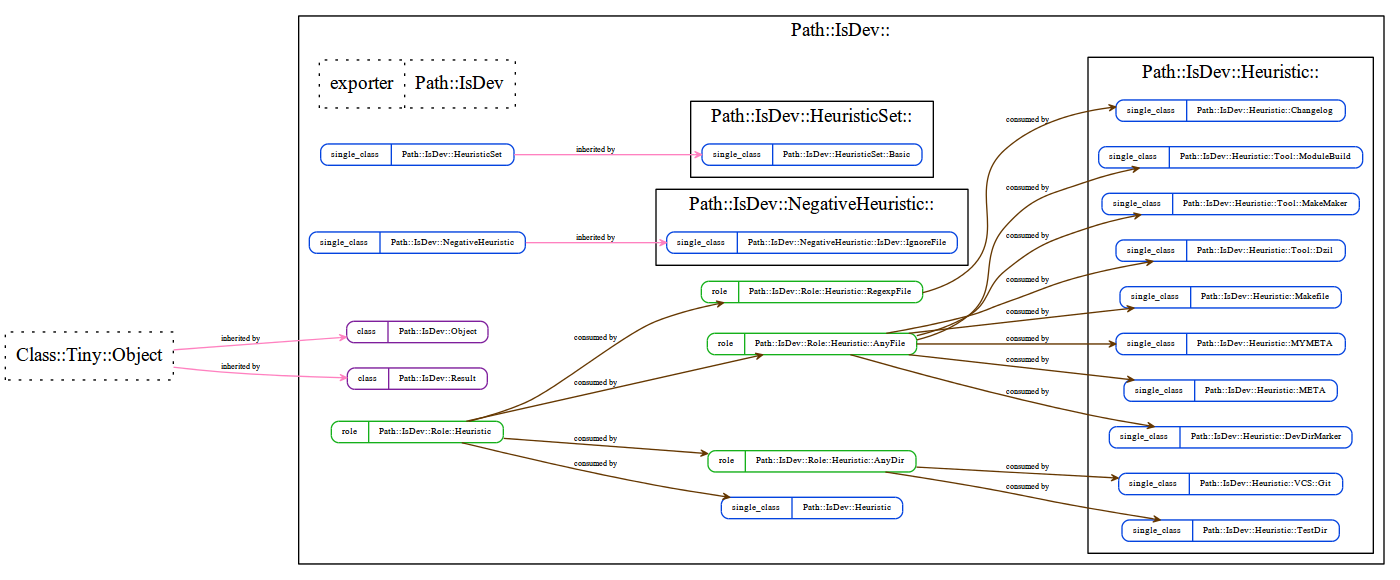
Earlier version of the Graphviz export layout/self_structure.png (kentnl/Path-IsDev). Its source is kept beside it as layout/self_structure.dot.
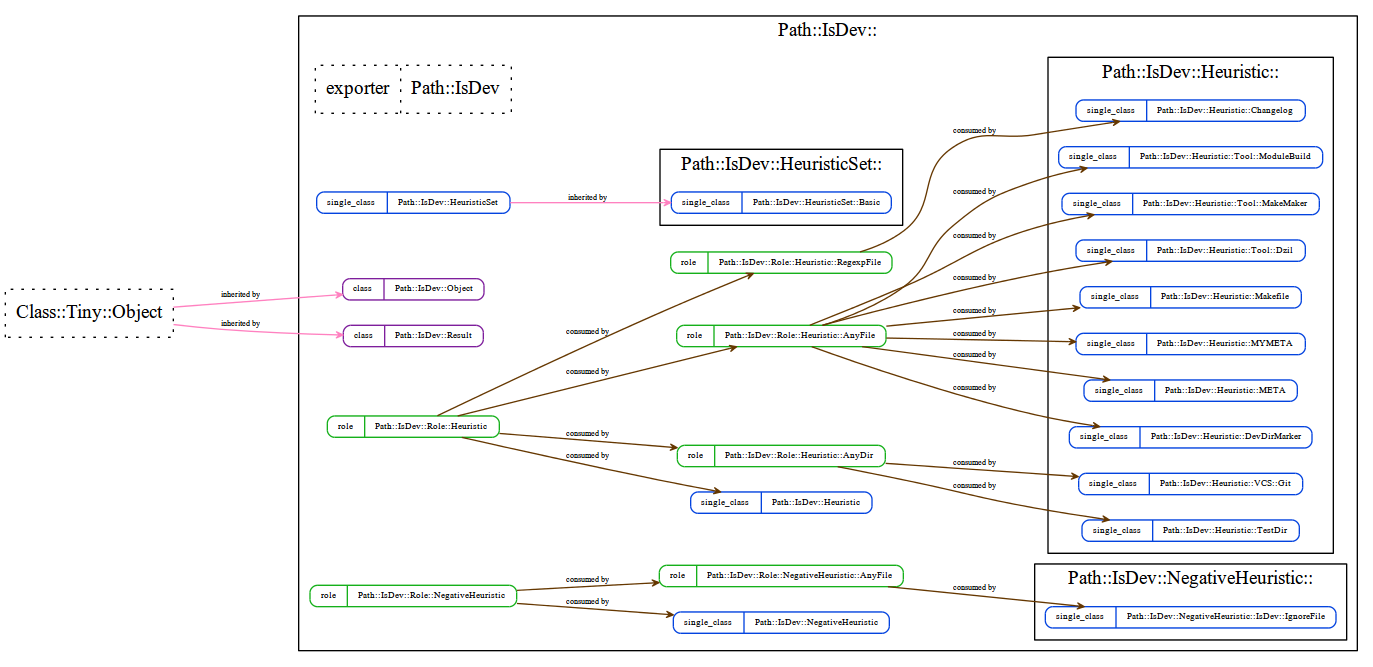
Above is the later version.

The edit, as a diff of the source:
```diff
@@ -36,7 +36,10 @@
 		"Path::IsDev::Role::Heuristic::AnyDir" [label="{{<port1> role}|<port2> Path::IsDev::Role::Heuristic::AnyDir}", shape=Mrecord, style=solid, color="#15b01a", fontsize=7, height="0.1"];
 		"Path::IsDev::Role::Heuristic::AnyFile" [label="{{<port1> role}|<port2> Path::IsDev::Role::Heuristic::AnyFile}", shape=Mrecord, style=solid, color="#15b01a", fontsize=7, height="0.1"];
 		"Path::IsDev::Role::Heuristic::RegexpFile" [label="{{<port1> role}|<port2> Path::IsDev::Role::Heuristic::RegexpFile}", shape=Mrecord, style=solid, color="#15b01a", fontsize=7, height="0.1"];
+		"Path::IsDev::Role::NegativeHeuristic" [label="{{<port1> role}|<port2> Path::IsDev::Role::NegativeHeuristic}", shape=Mrecord, style=solid, color="#15b01a", fontsize=7, height="0.1"];
+		"Path::IsDev::Role::NegativeHeuristic::AnyFile" [label="{{<port1> role}|<port2> Path::IsDev::Role::NegativeHeuristic::AnyFile}", shape=Mrecord, style=solid, color="#15b01a", fontsize=7, height="0.1"];
 		"Path::IsDev::Role::Heuristic" -> "Path::IsDev::Heuristic" [arrowhead=open, arrowsize="0.5", color="#653700", dir=forward, fontsize=6, headclip=1, label="consumed by", samehead=head, tailclip=1, weight=5];
+		"Path::IsDev::Role::NegativeHeuristic" -> "Path::IsDev::NegativeHeuristic" [arrowhead=open, arrowsize="0.5", color="#653700", dir=forward, fontsize=6, headclip=1, label="consumed by", samehead=head, tailclip=1, weight=5];
 		"Path::IsDev::Role::Heuristic::RegexpFile" -> "Path::IsDev::Heuristic::Changelog" [arrowhead=open, arrowsize="0.5", color="#653700", dir=forward, fontsize=6, headclip=1, label="consumed by", samehead=head, tailclip=1, weight=5];
 		"Path::IsDev::Role::Heuristic::AnyFile" -> "Path::IsDev::Heuristic::DevDirMarker" [arrowhead=open, arrowsize="0.5", color="#653700", dir=forward, fontsize=6, headclip=1, label="consumed by", samehead=head, tailclip=1, weight=5];
 		"Path::IsDev::Role::Heuristic::AnyFile" -> "Path::IsDev::Heuristic::META" [arrowhead=open, arrowsize="0.5", color="#653700", dir=forward, fontsize=6, headclip=1, label="consumed by", samehead=head, tailclip=1, weight=5];
@@ -48,10 +51,11 @@
 		"Path::IsDev::Role::Heuristic::AnyFile" -> "Path::IsDev::Heuristic::Tool::MakeMaker" [arrowhead=open, arrowsize="0.5", color="#653700", dir=forward, fontsize=6, headclip=1, label="consumed by", samehead=head, tailclip=1, weight=5];
 		"Path::IsDev::Role::Heuristic::AnyFile" -> "Path::IsDev::Heuristic::Tool::ModuleBuild" [arrowhead=open, arrowsize="0.5", color="#653700", dir=forward, fontsize=6, headclip=1, label="consumed by", samehead=head, tailclip=1, weight=5];
 		"Path::IsDev::Role::Heuristic::AnyDir" -> "Path::IsDev::Heuristic::VCS::Git" [arrowhead=open, arrowsize="0.5", color="#653700", dir=forward, fontsize=6, headclip=1, label="consumed by", samehead=head, tailclip=1, weight=5];
-		"Path::IsDev::NegativeHeuristic" -> "Path::IsDev::NegativeHeuristic::IsDev::IgnoreFile" [arrowhead=open, arrowsize="0.5", color="#ff81c0", dir=forward, fontsize=6, headclip=1, label="inherited by", samehead=head, tailclip=1, weight=10];
+		"Path::IsDev::Role::NegativeHeuristic::AnyFile" -> "Path::IsDev::NegativeHeuristic::IsDev::IgnoreFile" [arrowhead=open, arrowsize="0.5", color="#653700", dir=forward, fontsize=6, headclip=1, label="consumed by", samehead=head, tailclip=1, weight=5];
 		"Path::IsDev::Role::Heuristic" -> "Path::IsDev::Role::Heuristic::AnyDir" [arrowhead=open, arrowsize="0.5", color="#653700", dir=forward, fontsize=6, headclip=1, label="consumed by", samehead=head, tailclip=1, weight=5];
 		"Path::IsDev::Role::Heuristic" -> "Path::IsDev::Role::Heuristic::AnyFile" [arrowhead=open, arrowsize="0.5", color="#653700", dir=forward, fontsize=6, headclip=1, label="consumed by", samehead=head, tailclip=1, weight=5];
 		"Path::IsDev::Role::Heuristic" -> "Path::IsDev::Role::Heuristic::RegexpFile" [arrowhead=open, arrowsize="0.5", color="#653700", dir=forward, fontsize=6, headclip=1, label="consumed by", samehead=head, tailclip=1, weight=5];
+		"Path::IsDev::Role::NegativeHeuristic" -> "Path::IsDev::Role::NegativeHeuristic::AnyFile" [arrowhead=open, arrowsize="0.5", color="#653700", dir=forward, fontsize=6, headclip=1, label="consumed by", samehead=head, tailclip=1, weight=5];
 	}
 	"Class::Tiny::Object" [label="<port1> Class::Tiny::Object"];
 	"Class::Tiny::Object" -> "Path::IsDev::Object" [arrowhead=open, arrowsize="0.5", color="#ff81c0", dir=forward, fontsize=6, headclip=1, label="inherited by", samehead=head, tailclip=1, weight=10];
```
